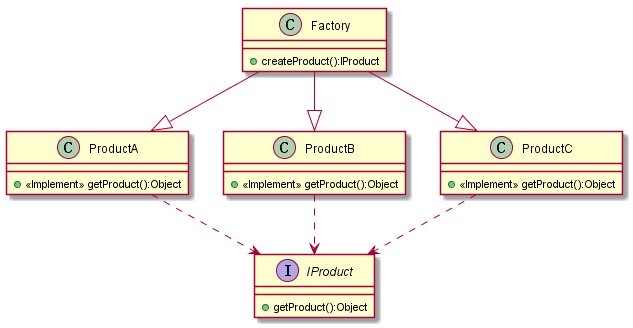
Before: IMG/SimpleFactoryPattern.png, a diagram exported from PlantUML (mliumeng/DesignParrern). Its diagram source:
```plantuml
@startuml
interface IProduct{
+ getProduct():Object
}

class ProductA{
  + <<Implement>> getProduct():Object
}

class ProductB{
  + <<Implement>> getProduct():Object
}

class ProductC{
  + <<Implement>> getProduct():Object
}

class Factory{
  + createProduct():IProduct
}

Factory --|> ProductA
Factory --|> ProductB
Factory --|> ProductC

ProductA ..> IProduct
ProductB ..> IProduct
ProductC ..> IProduct


@enduml
```
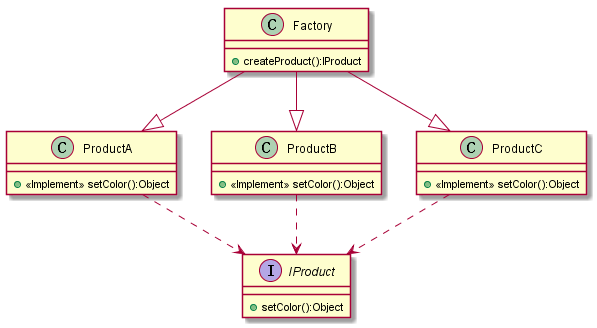
Above is the later version.

Commit message:
change the uml pic

Change to the diagram source:
```diff
@@ -1,18 +1,18 @@
 @startuml
 interface IProduct{
-+ getProduct():Object
++ setColor():Object
 }
 
 class ProductA{
-  + <<Implement>> getProduct():Object
+  + <<Implement>> setColor():Object
 }
 
 class ProductB{
-  + <<Implement>> getProduct():Object
+  + <<Implement>> setColor():Object
 }
 
 class ProductC{
-  + <<Implement>> getProduct():Object
+  + <<Implement>> setColor():Object
 }
 
 class Factory{
```
